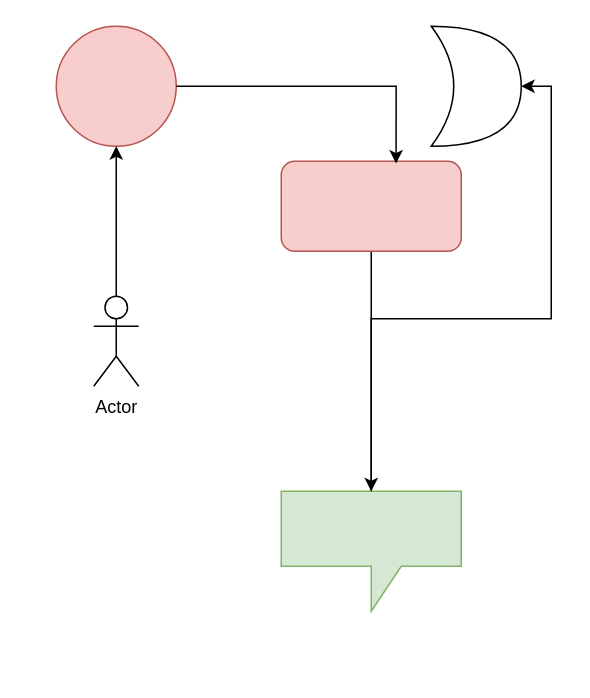
The draw.io diagram page "Page-2" (2 of 2) of docs/assets/drawio/demo1.drawio in ShaoOrg/bulletin, before the edit. Source tidied: cells renumbered, new cells numbered last; positions are measured from the earlier drawing's top-left corner, leaving out a move shared by most shapes. Both pictures are drawn from the tidied source at 150%, with x=0, y=0 at pixel (56, 26).
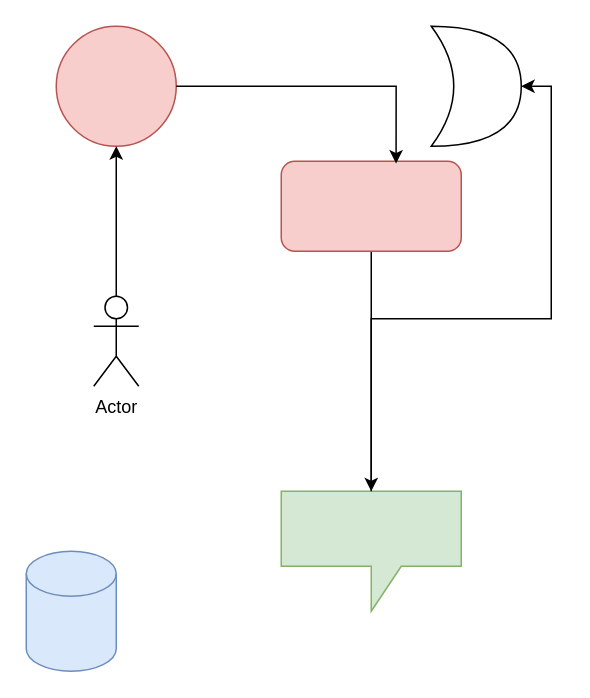
The same page after the edit.

Commit message:
commit by web api from ac9dd4d3efea

What changed in the source:
```diff
@@
 <mxGraphModel>
   <root>
     <mxCell id="0" />
     <mxCell id="1" parent="0" />
     <mxCell id="2" style="edgeStyle=orthogonalEdgeStyle;rounded=0;jettySize=auto;html=1;" parent="1" edge="1" source="3" target="5">
       <mxGeometry relative="1" as="geometry" />
     </mxCell>
     <mxCell id="3" style="rounded=1;whiteSpace=wrap;html=1;fillColor=#f8cecc;strokeColor=#b85450;" parent="1" vertex="1">
       <mxGeometry x="150" y="90" width="120" height="60" as="geometry" />
     </mxCell>
     <mxCell id="4" style="ellipse;whiteSpace=wrap;html=1;fillColor=#f8cecc;strokeColor=#b85450;" parent="1" vertex="1">
       <mxGeometry width="80" height="80" as="geometry" />
     </mxCell>
     <mxCell id="5" style="shape=callout;whiteSpace=wrap;html=1;perimeter=calloutPerimeter;fillColor=#d5e8d4;strokeColor=#82b366;" parent="1" vertex="1">
       <mxGeometry x="150" y="310" width="120" height="80" as="geometry" />
     </mxCell>
     <mxCell id="6" style="edgeStyle=orthogonalEdgeStyle;rounded=0;jettySize=auto;html=1;entryX=0.5;entryY=1;entryDx=0;entryDy=0;" parent="1" edge="1" source="7" target="4">
       <mxGeometry relative="1" as="geometry" />
     </mxCell>
     <mxCell id="7" value="Actor" style="shape=umlActor;verticalLabelPosition=bottom;verticalAlign=top;html=1;outlineConnect=0;" parent="1" vertex="1">
       <mxGeometry x="25" y="180" width="30" height="60" as="geometry" />
     </mxCell>
     <mxCell id="8" style="shape=xor;whiteSpace=wrap;html=1;" parent="1" vertex="1">
       <mxGeometry x="250" width="60" height="80" as="geometry" />
     </mxCell>
     <mxCell id="9" style="edgeStyle=orthogonalEdgeStyle;rounded=0;jettySize=auto;html=1;entryX=0.638;entryY=0.025;entryDx=0;entryDy=0;entryPerimeter=0;" parent="1" edge="1" source="4" target="3">
       <mxGeometry relative="1" as="geometry" />
     </mxCell>
     <mxCell id="10" style="edgeStyle=orthogonalEdgeStyle;rounded=0;jettySize=auto;html=1;entryX=1;entryY=0.5;entryDx=0;entryDy=0;entryPerimeter=0;" parent="1" edge="1" source="5" target="8">
       <mxGeometry relative="1" as="geometry" />
     </mxCell>
+    <mxCell id="11" style="shape=cylinder3;whiteSpace=wrap;html=1;boundedLbl=1;backgroundOutline=1;size=15;fillColor=#dae8fc;strokeColor=#6c8ebf;" parent="1" vertex="1">
+      <mxGeometry x="-20" y="350" width="60" height="80" as="geometry" />
+    </mxCell>
   </root>
 </mxGraphModel>
```
